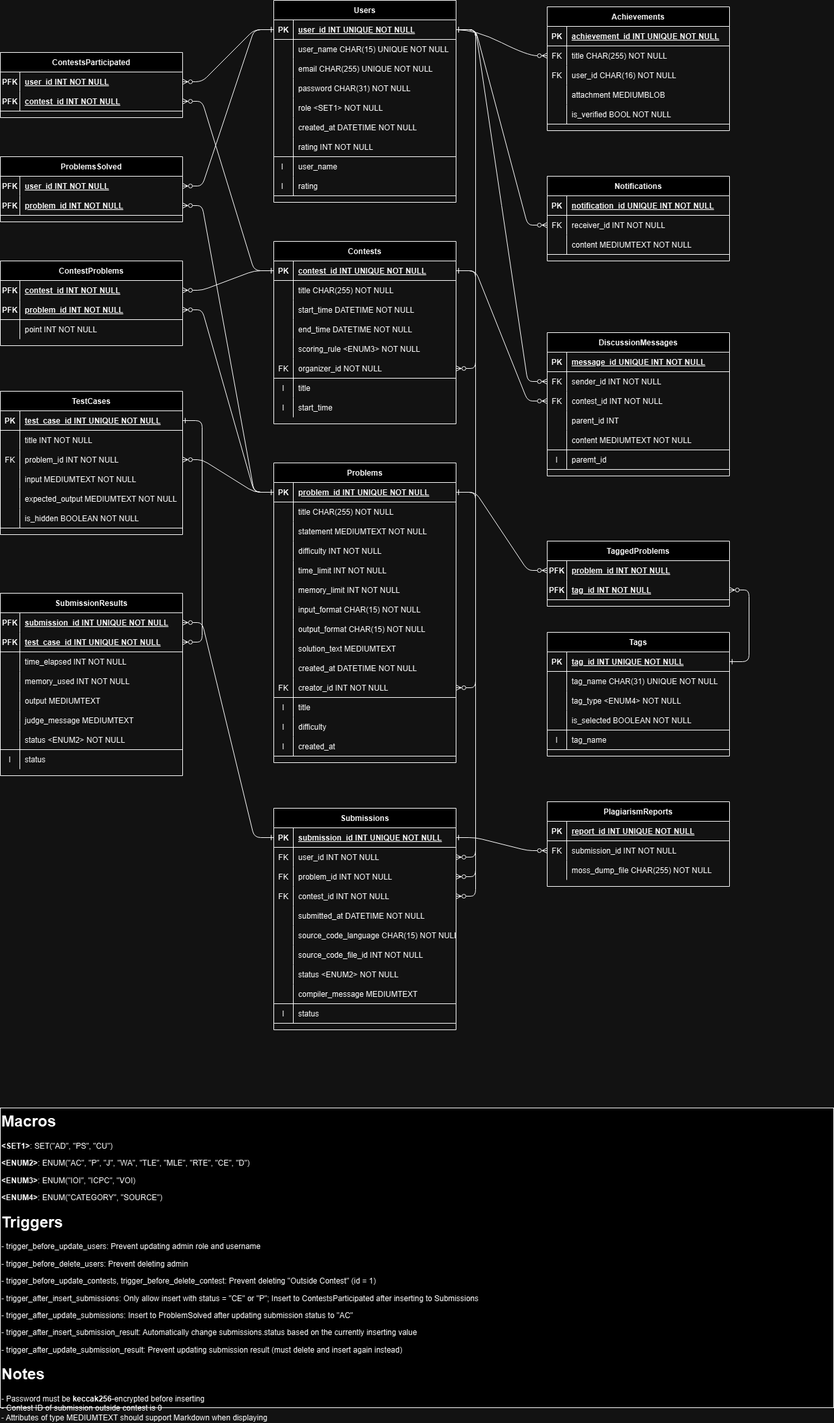
This is public/schema.png from web-oj/oj-backend, a draw.io export, as it was before one commit. Source tidied: cells renumbered, new cells last; positions are measured from the earlier drawing's top-left corner, leaving out a move shared by most shapes.
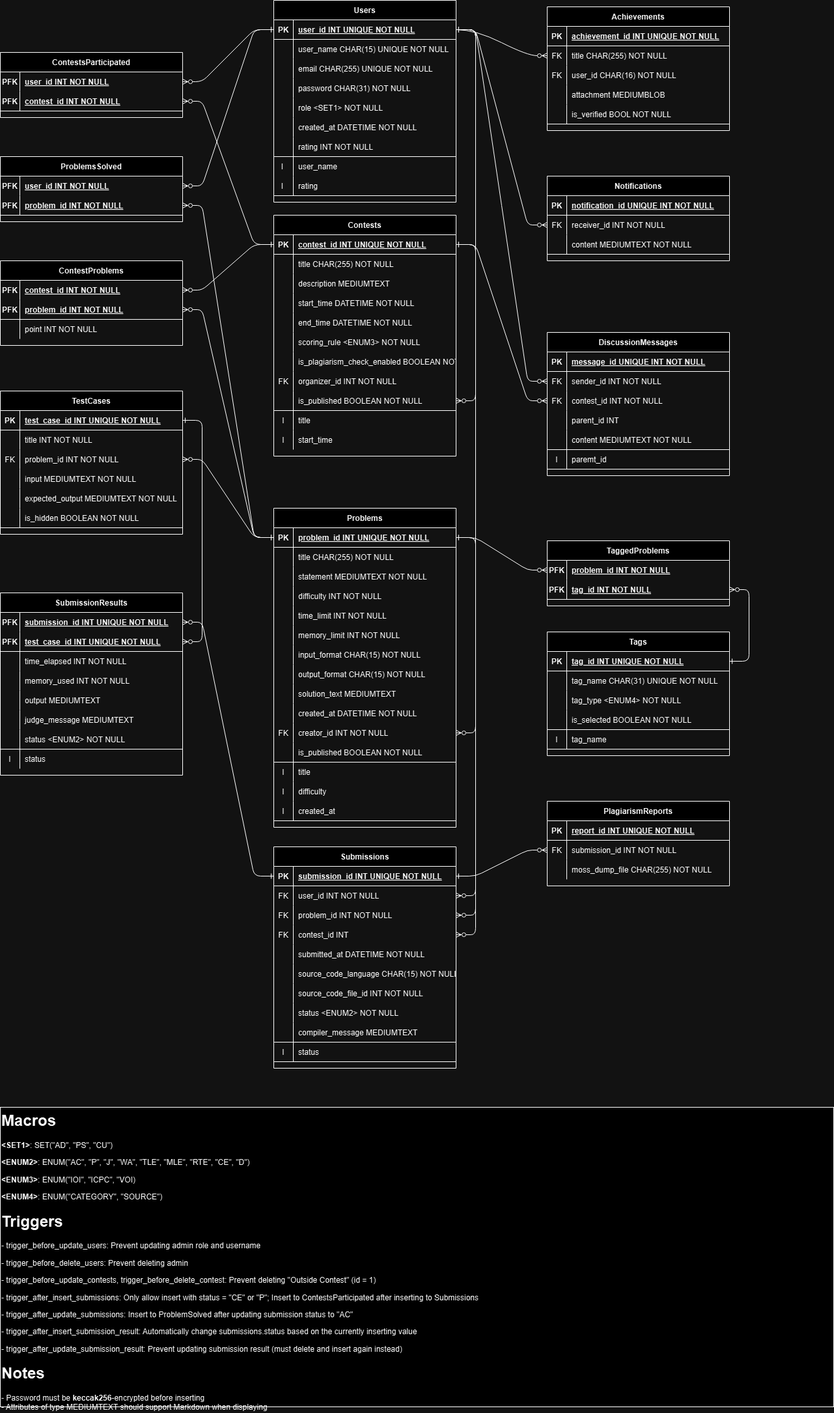
The same file after the commit.

Commit message:
Added stored procedures: Contests-related features

What changed in the source:
```diff
@@ -94,7 +94,7 @@
       <mxGeometry x="30" width="250" height="30" as="geometry" />
     </mxCell>
     <mxCell id="31" value="Contests" style="shape=table;startSize=30;rowLines=0;fontStyle=1;align=center;" parent="1" vertex="1">
-      <mxGeometry x="420" y="370" width="280" height="280" as="geometry" />
+      <mxGeometry x="420" y="330" width="280" height="370" as="geometry" />
     </mxCell>
     <mxCell id="32" style="shape=partialRectangle;fillColor=none;points=[[0,0.5],[1,0.5]];portConstraint=eastwest;top=0;left=0;right=0;bottom=1;" parent="31" vertex="1">
       <mxGeometry y="30" width="280" height="30" as="geometry" />
@@ -114,8 +114,17 @@
     <mxCell id="37" value="title CHAR(255) NOT NULL" style="shape=partialRectangle;overflow=hidden;fillColor=none;top=0;left=0;bottom=0;right=0;align=left;spacingLeft=6;" parent="35" vertex="1">
       <mxGeometry x="30" width="250" height="30" as="geometry" />
     </mxCell>
+    <mxCell id="298" style="shape=partialRectangle;fillColor=none;top=0;left=0;right=0;bottom=0;" parent="31" vertex="1">
+      <mxGeometry y="90" width="280" height="30" as="geometry" />
+    </mxCell>
+    <mxCell id="299" value="&#10;" style="shape=partialRectangle;overflow=hidden;fillColor=none;top=0;left=0;bottom=0;right=0;" parent="298" vertex="1">
+      <mxGeometry width="30" height="30" as="geometry" />
+    </mxCell>
+    <mxCell id="300" value="description MEDIUMTEXT" style="shape=partialRectangle;overflow=hidden;fillColor=none;top=0;left=0;bottom=0;right=0;align=left;spacingLeft=6;" parent="298" vertex="1">
+      <mxGeometry x="30" width="250" height="30" as="geometry" />
+    </mxCell>
     <mxCell id="38" style="shape=partialRectangle;fillColor=none;top=0;left=0;right=0;bottom=0;" parent="31" vertex="1">
-      <mxGeometry y="90" width="280" height="30" as="geometry" />
+      <mxGeometry y="120" width="280" height="30" as="geometry" />
     </mxCell>
     <mxCell id="39" value="&#10;" style="shape=partialRectangle;overflow=hidden;fillColor=none;top=0;left=0;bottom=0;right=0;" parent="38" vertex="1">
       <mxGeometry width="30" height="30" as="geometry" />
@@ -124,7 +133,7 @@
       <mxGeometry x="30" width="250" height="30" as="geometry" />
     </mxCell>
     <mxCell id="41" style="shape=partialRectangle;fillColor=none;top=0;left=0;right=0;bottom=0;" parent="31" vertex="1">
-      <mxGeometry y="120" width="280" height="30" as="geometry" />
+      <mxGeometry y="150" width="280" height="30" as="geometry" />
     </mxCell>
     <mxCell id="42" value="&#10;" style="shape=partialRectangle;overflow=hidden;fillColor=none;top=0;left=0;bottom=0;right=0;" parent="41" vertex="1">
       <mxGeometry width="30" height="30" as="geometry" />
@@ -133,7 +142,7 @@
       <mxGeometry x="30" width="250" height="30" as="geometry" />
     </mxCell>
     <mxCell id="44" style="shape=partialRectangle;fillColor=none;top=0;left=0;right=0;bottom=0;" parent="31" vertex="1">
-      <mxGeometry y="150" width="280" height="30" as="geometry" />
+      <mxGeometry y="180" width="280" height="30" as="geometry" />
     </mxCell>
     <mxCell id="45" value="&#10;" style="shape=partialRectangle;overflow=hidden;fillColor=none;top=0;left=0;bottom=0;right=0;" parent="44" vertex="1">
       <mxGeometry width="30" height="30" as="geometry" />
@@ -141,17 +150,35 @@
     <mxCell id="46" value="scoring_rule &lt;ENUM3&gt; NOT NULL" style="shape=partialRectangle;overflow=hidden;fillColor=none;top=0;left=0;bottom=0;right=0;align=left;spacingLeft=6;" parent="44" vertex="1">
       <mxGeometry x="30" width="250" height="30" as="geometry" />
     </mxCell>
+    <mxCell id="301" style="shape=partialRectangle;fillColor=none;top=0;left=0;right=0;bottom=0;" parent="31" vertex="1">
+      <mxGeometry y="210" width="280" height="30" as="geometry" />
+    </mxCell>
+    <mxCell id="302" value="&#10;" style="shape=partialRectangle;overflow=hidden;fillColor=none;top=0;left=0;bottom=0;right=0;" parent="301" vertex="1">
+      <mxGeometry width="30" height="30" as="geometry" />
+    </mxCell>
+    <mxCell id="303" value="is_plagiarism_check_enabled BOOLEAN NOT NULL" style="shape=partialRectangle;overflow=hidden;fillColor=none;top=0;left=0;bottom=0;right=0;align=left;spacingLeft=6;" parent="301" vertex="1">
+      <mxGeometry x="30" width="250" height="30" as="geometry" />
+    </mxCell>
+    <mxCell id="304" style="shape=partialRectangle;fillColor=none;top=0;left=0;right=0;bottom=0;" parent="31" vertex="1">
+      <mxGeometry y="240" width="280" height="30" as="geometry" />
+    </mxCell>
+    <mxCell id="305" value="FK" style="shape=partialRectangle;overflow=hidden;fillColor=none;top=0;left=0;bottom=0;right=0;" parent="304" vertex="1">
+      <mxGeometry width="30" height="30" as="geometry" />
+    </mxCell>
+    <mxCell id="306" value="organizer_id INT NOT NULL" style="shape=partialRectangle;overflow=hidden;fillColor=none;top=0;left=0;bottom=0;right=0;align=left;spacingLeft=6;" parent="304" vertex="1">
+      <mxGeometry x="30" width="250" height="30" as="geometry" />
+    </mxCell>
     <mxCell id="47" style="shape=partialRectangle;fillColor=none;points=[[0,0.5],[1,0.5]];portConstraint=eastwest;top=0;left=0;right=0;bottom=1;" parent="31" vertex="1">
-      <mxGeometry y="180" width="280" height="30" as="geometry" />
+      <mxGeometry y="270" width="280" height="30" as="geometry" />
     </mxCell>
-    <mxCell id="48" value="FK" style="shape=partialRectangle;overflow=hidden;fillColor=none;top=0;left=0;bottom=0;right=0;" parent="47" vertex="1">
+    <mxCell id="48" style="shape=partialRectangle;overflow=hidden;fillColor=none;top=0;left=0;bottom=0;right=0;" parent="47" vertex="1">
       <mxGeometry width="30" height="30" as="geometry" />
     </mxCell>
-    <mxCell id="49" value="organizer_id NOT NULL" style="shape=partialRectangle;overflow=hidden;fillColor=none;top=0;left=0;bottom=0;right=0;align=left;spacingLeft=6;" parent="47" vertex="1">
+    <mxCell id="49" value="is_published BOOLEAN NOT NULL" style="shape=partialRectangle;overflow=hidden;fillColor=none;top=0;left=0;bottom=0;right=0;align=left;spacingLeft=6;" parent="47" vertex="1">
       <mxGeometry x="30" width="250" height="30" as="geometry" />
     </mxCell>
     <mxCell id="50" style="shape=partialRectangle;fillColor=none;top=0;left=0;right=0;bottom=0;" parent="31" vertex="1">
-      <mxGeometry y="210" width="280" height="30" as="geometry" />
+      <mxGeometry y="300" width="280" height="30" as="geometry" />
     </mxCell>
     <mxCell id="51" value="I" style="shape=partialRectangle;overflow=hidden;fillColor=none;top=0;left=0;bottom=0;right=0;" parent="50" vertex="1">
       <mxGeometry width="30" height="30" as="geometry" />
@@ -160,7 +187,7 @@
       <mxGeometry x="30" width="250" height="30" as="geometry" />
     </mxCell>
     <mxCell id="53" style="shape=partialRectangle;fillColor=none;top=0;left=0;right=0;bottom=0;" parent="31" vertex="1">
-      <mxGeometry y="240" width="280" height="30" as="geometry" />
+      <mxGeometry y="330" width="280" height="30" as="geometry" />
     </mxCell>
     <mxCell id="54" value="I" style="shape=partialRectangle;overflow=hidden;fillColor=none;top=0;left=0;bottom=0;right=0;" parent="53" vertex="1">
       <mxGeometry width="30" height="30" as="geometry" />
@@ -175,7 +202,7 @@
       <mxGeometry relative="1" as="geometry" />
     </mxCell>
     <mxCell id="58" value="Problems" style="shape=table;startSize=30;rowLines=0;fontStyle=1;align=center;" parent="1" vertex="1">
-      <mxGeometry x="420" y="710" width="280" height="460" as="geometry" />
+      <mxGeometry x="420" y="780" width="280" height="490" as="geometry" />
     </mxCell>
     <mxCell id="59" style="shape=partialRectangle;fillColor=none;points=[[0,0.5],[1,0.5]];portConstraint=eastwest;top=0;left=0;right=0;bottom=1;" parent="58" vertex="1">
       <mxGeometry y="30" width="280" height="30" as="geometry" />
@@ -267,7 +294,7 @@
     <mxCell id="88" value="created_at DATETIME NOT NULL" style="shape=partialRectangle;overflow=hidden;fillColor=none;top=0;left=0;bottom=0;right=0;align=left;spacingLeft=6;" parent="86" vertex="1">
       <mxGeometry x="30" width="250" height="30" as="geometry" />
     </mxCell>
-    <mxCell id="89" style="shape=partialRectangle;fillColor=none;points=[[0,0.5],[1,0.5]];portConstraint=eastwest;top=0;left=0;right=0;bottom=1;" parent="58" vertex="1">
+    <mxCell id="89" style="shape=partialRectangle;fillColor=none;points=[[0,0.5],[1,0.5]];portConstraint=eastwest;top=0;left=0;right=0;bottom=0;" parent="58" vertex="1">
       <mxGeometry y="330" width="280" height="30" as="geometry" />
     </mxCell>
     <mxCell id="90" value="FK" style="shape=partialRectangle;overflow=hidden;fillColor=none;top=0;left=0;bottom=0;right=0;" parent="89" vertex="1">
@@ -276,8 +303,17 @@
     <mxCell id="91" value="creator_id INT NOT NULL" style="shape=partialRectangle;overflow=hidden;fillColor=none;top=0;left=0;bottom=0;right=0;align=left;spacingLeft=6;" parent="89" vertex="1">
       <mxGeometry x="30" width="250" height="30" as="geometry" />
     </mxCell>
+    <mxCell id="307" style="shape=partialRectangle;fillColor=none;top=0;left=0;right=0;bottom=1;" parent="58" vertex="1">
+      <mxGeometry y="360" width="280" height="30" as="geometry" />
+    </mxCell>
+    <mxCell id="308" style="shape=partialRectangle;overflow=hidden;fillColor=none;top=0;left=0;bottom=0;right=0;" parent="307" vertex="1">
+      <mxGeometry width="30" height="30" as="geometry" />
+    </mxCell>
+    <mxCell id="309" value="is_published BOOLEAN NOT NULL" style="shape=partialRectangle;overflow=hidden;fillColor=none;top=0;left=0;bottom=0;right=0;align=left;spacingLeft=6;" parent="307" vertex="1">
+      <mxGeometry x="30" width="250" height="30" as="geometry" />
+    </mxCell>
     <mxCell id="92" style="shape=partialRectangle;fillColor=none;top=0;left=0;right=0;bottom=0;" parent="58" vertex="1">
-      <mxGeometry y="360" width="280" height="30" as="geometry" />
+      <mxGeometry y="390" width="280" height="30" as="geometry" />
     </mxCell>
     <mxCell id="93" value="I" style="shape=partialRectangle;overflow=hidden;fillColor=none;top=0;left=0;bottom=0;right=0;" parent="92" vertex="1">
       <mxGeometry width="30" height="30" as="geometry" />
@@ -286,7 +322,7 @@
       <mxGeometry x="30" width="250" height="30" as="geometry" />
     </mxCell>
     <mxCell id="95" style="shape=partialRectangle;fillColor=none;top=0;left=0;right=0;bottom=0;" parent="58" vertex="1">
-      <mxGeometry y="390" width="280" height="30" as="geometry" />
+      <mxGeometry y="420" width="280" height="30" as="geometry" />
     </mxCell>
     <mxCell id="96" value="I" style="shape=partialRectangle;overflow=hidden;fillColor=none;top=0;left=0;bottom=0;right=0;" parent="95" vertex="1">
       <mxGeometry width="30" height="30" as="geometry" />
@@ -295,7 +331,7 @@
       <mxGeometry x="30" width="250" height="30" as="geometry" />
     </mxCell>
     <mxCell id="98" style="shape=partialRectangle;fillColor=none;top=0;left=0;right=0;bottom=1;" parent="58" vertex="1">
-      <mxGeometry y="420" width="280" height="30" as="geometry" />
+      <mxGeometry y="450" width="280" height="30" as="geometry" />
     </mxCell>
     <mxCell id="99" value="I" style="shape=partialRectangle;overflow=hidden;fillColor=none;top=0;left=0;bottom=0;right=0;" parent="98" vertex="1">
       <mxGeometry width="30" height="30" as="geometry" />
@@ -399,7 +435,7 @@
       <mxGeometry relative="1" as="geometry" />
     </mxCell>
     <mxCell id="131" value="Submissions" style="shape=table;startSize=30;rowLines=0;fontStyle=1;align=center;" parent="1" vertex="1">
-      <mxGeometry x="420" y="1240" width="280" height="340" as="geometry" />
+      <mxGeometry x="420" y="1300" width="280" height="340" as="geometry" />
     </mxCell>
     <mxCell id="132" style="shape=partialRectangle;fillColor=none;points=[[0,0.5],[1,0.5]];portConstraint=eastwest;top=0;left=0;right=0;bottom=1;" parent="131" vertex="1">
       <mxGeometry y="30" width="280" height="30" as="geometry" />
@@ -434,7 +470,7 @@
     <mxCell id="142" value="FK" style="shape=partialRectangle;overflow=hidden;fillColor=none;top=0;left=0;bottom=0;right=0;" parent="141" vertex="1">
       <mxGeometry width="30" height="30" as="geometry" />
     </mxCell>
-    <mxCell id="143" value="contest_id INT NOT NULL" style="shape=partialRectangle;overflow=hidden;fillColor=none;top=0;left=0;bottom=0;right=0;align=left;spacingLeft=6;" parent="141" vertex="1">
+    <mxCell id="143" value="contest_id INT" style="shape=partialRectangle;overflow=hidden;fillColor=none;top=0;left=0;bottom=0;right=0;align=left;spacingLeft=6;" parent="141" vertex="1">
       <mxGeometry x="30" width="250" height="30" as="geometry" />
     </mxCell>
     <mxCell id="144" style="shape=partialRectangle;fillColor=none;top=0;left=0;right=0;bottom=0;" parent="131" vertex="1">
@@ -905,7 +941,7 @@
     <mxCell id="296" style="edgeStyle=entityRelationEdgeStyle;rounded=0;jettySize=auto;html=1;endArrow=ERone;endFill=0;startArrow=ERzeroToMany;startFill=0;curved=1;" parent="1" edge="1" source="284" target="4">
       <mxGeometry relative="1" as="geometry" />
     </mxCell>
-    <mxCell id="297" value="&lt;h1 style=&quot;margin-top: 0px;&quot;&gt;Macros&lt;/h1&gt;&lt;p style=&quot;&quot;&gt;&lt;b&gt;&amp;lt;SET1&amp;gt;&lt;/b&gt;: SET(&quot;AD&quot;, &quot;PS&quot;, &quot;CU&quot;)&lt;/p&gt;&lt;p style=&quot;&quot;&gt;&lt;b&gt;&amp;lt;ENUM2&amp;gt;&lt;/b&gt;: ENUM(&quot;AC&quot;, &quot;P&quot;, &quot;J&quot;, &quot;WA&quot;, &quot;TLE&quot;, &quot;MLE&quot;, &quot;RTE&quot;, &quot;CE&quot;, &quot;D&quot;)&lt;/p&gt;&lt;p style=&quot;&quot;&gt;&lt;b&gt;&amp;lt;ENUM3&amp;gt;&lt;/b&gt;: ENUM(&quot;IOI&quot;, &quot;ICPC&quot;, &quot;VOI)&lt;/p&gt;&lt;p style=&quot;&quot;&gt;&lt;b&gt;&amp;lt;ENUM4&amp;gt;&lt;/b&gt;: ENUM(&quot;CATEGORY&quot;, &quot;SOURCE&quot;)&lt;/p&gt;&lt;h1 style=&quot;&quot;&gt;Triggers&lt;/h1&gt;&lt;p style=&quot;&quot;&gt;- trigger_before_update_users: Prevent updating admin role and username&lt;/p&gt;&lt;p style=&quot;&quot;&gt;- trigger_before_delete_users: Prevent deleting admin&lt;/p&gt;&lt;p style=&quot;&quot;&gt;- trigger_before_update_contests, trigger_before_delete_contest: Prevent deleting &quot;Outside Contest&quot; (id = 1)&lt;/p&gt;&lt;p style=&quot;&quot;&gt;- trigger_after_insert_submissions: Only allow insert with status = &quot;CE&quot; or &quot;P&quot;; Insert to ContestsParticipated after inserting to Submissions&lt;/p&gt;&lt;p style=&quot;&quot;&gt;- trigger_after_update_submissions: Insert to ProblemSolved after updating submission status to &quot;AC&quot;&lt;/p&gt;&lt;p style=&quot;&quot;&gt;- trigger_after_insert_submission_result: Automatically change submissions.status based on the currently inserting value&lt;/p&gt;&lt;p style=&quot;&quot;&gt;- trigger_after_update_submission_result: Prevent updating submission result (must delete and insert again instead)&lt;/p&gt;&lt;h1 style=&quot;&quot;&gt;Notes&lt;/h1&gt;&lt;div&gt;- Password must be &lt;b&gt;keccak256&lt;/b&gt;-encrypted before inserting&lt;/div&gt;&lt;div&gt;- Contest ID of submission outside contest is 0&lt;/div&gt;&lt;div&gt;- Attributes of type MEDIUMTEXT should support Markdown when displaying&amp;nbsp;&lt;/div&gt;" style="rounded=0;whiteSpace=wrap;html=1;align=left;verticalAlign=top;" parent="1" vertex="1">
+    <mxCell id="297" value="&lt;h1 style=&quot;margin-top: 0px;&quot;&gt;Macros&lt;/h1&gt;&lt;p style=&quot;&quot;&gt;&lt;b&gt;&amp;lt;SET1&amp;gt;&lt;/b&gt;: SET(&quot;AD&quot;, &quot;PS&quot;, &quot;CU&quot;)&lt;/p&gt;&lt;p style=&quot;&quot;&gt;&lt;b&gt;&amp;lt;ENUM2&amp;gt;&lt;/b&gt;: ENUM(&quot;AC&quot;, &quot;P&quot;, &quot;J&quot;, &quot;WA&quot;, &quot;TLE&quot;, &quot;MLE&quot;, &quot;RTE&quot;, &quot;CE&quot;, &quot;D&quot;)&lt;/p&gt;&lt;p style=&quot;&quot;&gt;&lt;b&gt;&amp;lt;ENUM3&amp;gt;&lt;/b&gt;: ENUM(&quot;IOI&quot;, &quot;ICPC&quot;, &quot;VOI)&lt;/p&gt;&lt;p style=&quot;&quot;&gt;&lt;b&gt;&amp;lt;ENUM4&amp;gt;&lt;/b&gt;: ENUM(&quot;CATEGORY&quot;, &quot;SOURCE&quot;)&lt;/p&gt;&lt;h1 style=&quot;&quot;&gt;Triggers&lt;/h1&gt;&lt;p style=&quot;&quot;&gt;- trigger_before_update_users: Prevent updating admin role and username&lt;/p&gt;&lt;p style=&quot;&quot;&gt;- trigger_before_delete_users: Prevent deleting admin&lt;/p&gt;&lt;p style=&quot;&quot;&gt;- trigger_before_update_contests, trigger_before_delete_contest: Prevent deleting &quot;Outside Contest&quot; (id = 1)&lt;/p&gt;&lt;p style=&quot;&quot;&gt;- trigger_after_insert_submissions: Only allow insert with status = &quot;CE&quot; or &quot;P&quot;; Insert to ContestsParticipated after inserting to Submissions&lt;/p&gt;&lt;p style=&quot;&quot;&gt;- trigger_after_update_submissions: Insert to ProblemSolved after updating submission status to &quot;AC&quot;&lt;/p&gt;&lt;p style=&quot;&quot;&gt;- trigger_after_insert_submission_result: Automatically change submissions.status based on the currently inserting value&lt;/p&gt;&lt;p style=&quot;&quot;&gt;- trigger_after_update_submission_result: Prevent updating submission result (must delete and insert again instead)&lt;/p&gt;&lt;h1 style=&quot;&quot;&gt;Notes&lt;/h1&gt;&lt;div&gt;- Password must be &lt;b&gt;keccak256&lt;/b&gt;-encrypted before inserting&lt;/div&gt;&lt;div&gt;- Attributes of type MEDIUMTEXT should support Markdown when displaying&amp;nbsp;&lt;/div&gt;" style="rounded=0;whiteSpace=wrap;html=1;align=left;verticalAlign=top;" parent="1" vertex="1">
       <mxGeometry y="1700" width="1280" height="460" as="geometry" />
     </mxCell>
   </root>
```
